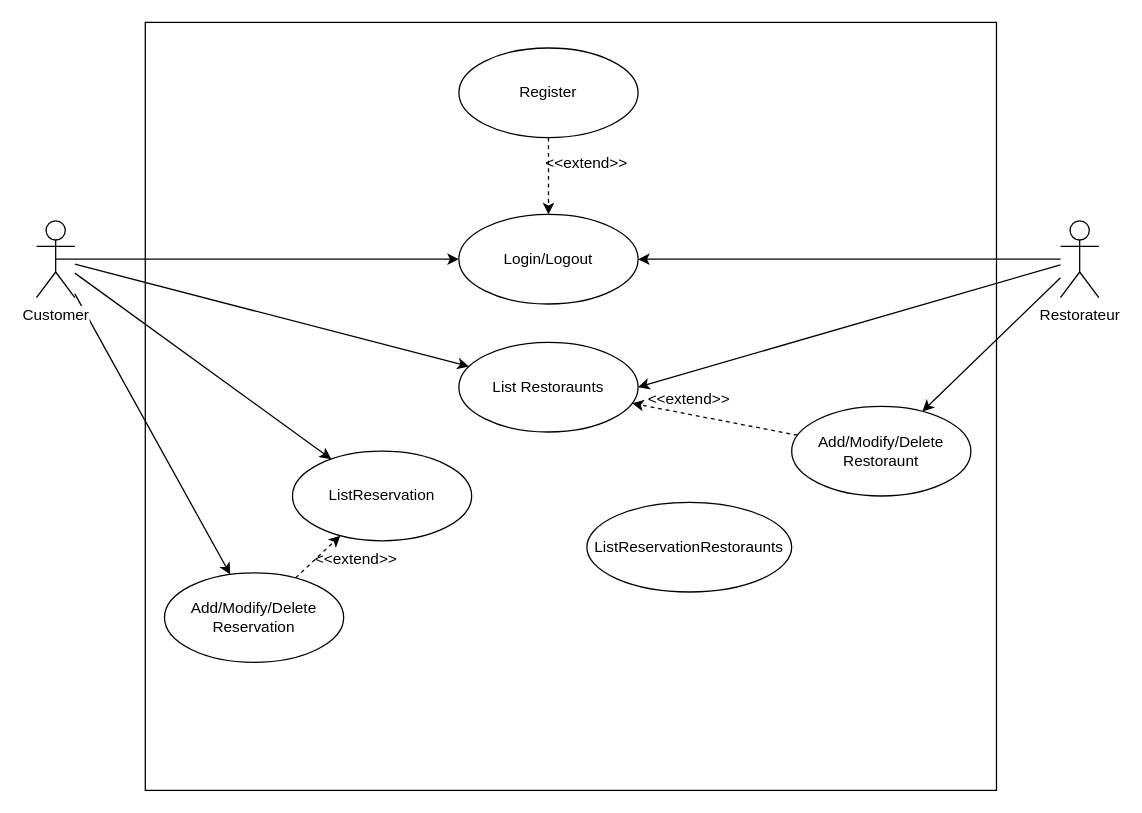
Above: schemes/USE_CASE:1.drawio in SpeedJack/lsmsd0 (draw.io), before the change. Source tidied: cells renumbered, new cells numbered last; positions are measured from the earlier drawing's top-left corner, leaving out a move shared by most shapes. Both pictures are drawn from the tidied source at 128%, with x=0, y=0 at pixel (36, 22).
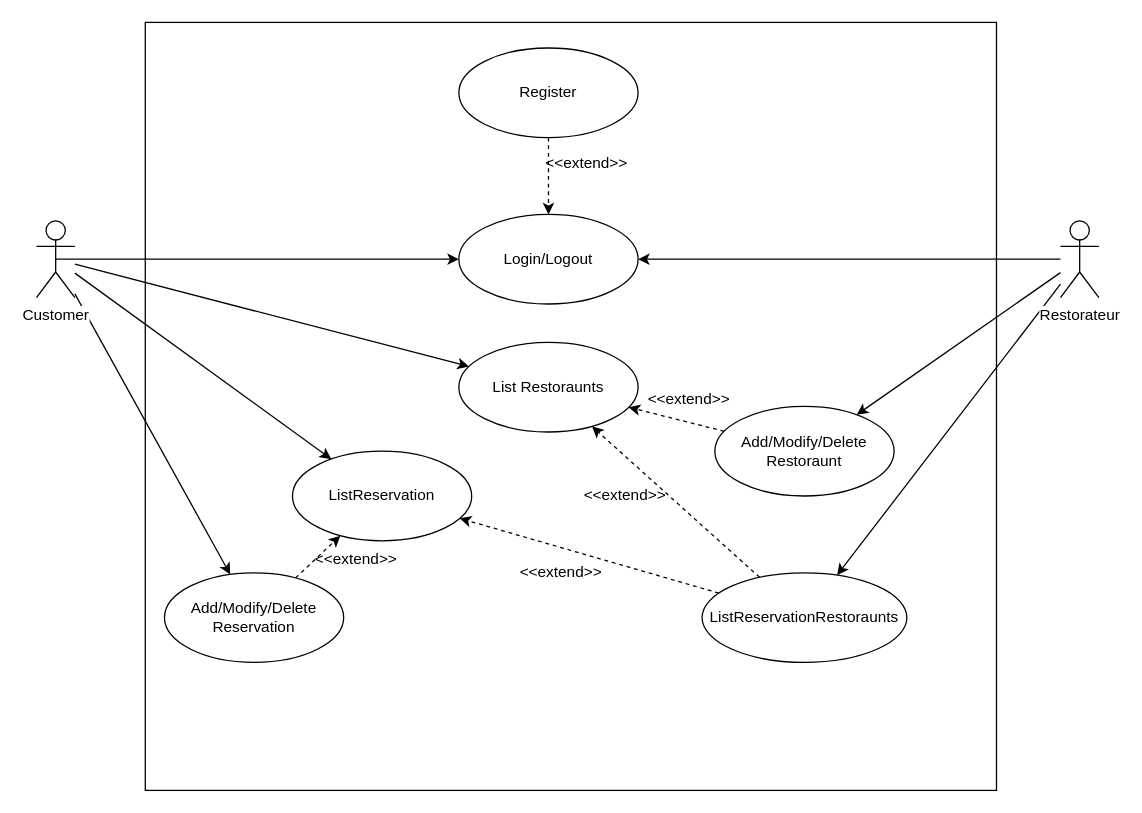
The same diagram, later.

Unchanged cells that the change refers to:
```xml
<mxCell id="9" value="Restorateur" style="shape=umlActor;verticalLabelPosition=bottom;labelBackgroundColor=#ffffff;verticalAlign=top;html=1;outlineConnect=0;" parent="1" vertex="1">
  <mxGeometry x="800" y="155" width="30" height="60" as="geometry" />
</mxCell>
<mxCell id="13" value="List Restoraunts" style="ellipse;whiteSpace=wrap;html=1;" parent="1" vertex="1">
  <mxGeometry x="330" y="250" width="140" height="70" as="geometry" />
</mxCell>
<mxCell id="20" value="ListReservation" style="ellipse;whiteSpace=wrap;html=1;" parent="1" vertex="1">
  <mxGeometry x="200" y="335" width="140" height="70" as="geometry" />
</mxCell>
```

What changed in the source:
```diff
@@
-    <mxCell id="8" style="rounded=0;jettySize=auto;html=1;entryX=1;entryY=0.5;entryDx=0;entryDy=0;" parent="1" edge="1" source="9" target="13">
-      <mxGeometry relative="1" as="geometry" />
-    </mxCell>
+    <mxCell id="25" style="rounded=0;jettySize=auto;html=1;" parent="1" edge="1" source="9" target="24">
+      <mxGeometry relative="1" as="geometry" />
+    </mxCell>
@@
     <mxCell id="12" value="Add/Modify/Delete&lt;br&gt;Restoraunt" style="ellipse;whiteSpace=wrap;html=1;" parent="1" vertex="1">
-      <mxGeometry x="590" y="300" width="140" height="70" as="geometry" />
+      <mxGeometry x="530" y="300" width="140" height="70" as="geometry" />
     </mxCell>
@@
+    <mxCell id="26" style="edgeStyle=none;rounded=0;jettySize=auto;html=1;dashed=1;" parent="1" edge="1" source="24" target="13">
+      <mxGeometry relative="1" as="geometry" />
+    </mxCell>
+    <mxCell id="27" style="edgeStyle=none;rounded=0;jettySize=auto;html=1;dashed=1;" parent="1" edge="1" source="24" target="20">
+      <mxGeometry relative="1" as="geometry" />
+    </mxCell>
     <mxCell id="24" value="ListReservationRestoraunts" style="ellipse;whiteSpace=wrap;html=1;" parent="1" vertex="1">
-      <mxGeometry x="430" y="375" width="160" height="70" as="geometry" />
+      <mxGeometry x="520" y="430" width="160" height="70" as="geometry" />
     </mxCell>
+    <mxCell id="28" value="&amp;lt;&amp;lt;extend&amp;gt;&amp;gt;" style="text;html=1;strokeColor=none;fillColor=none;align=center;verticalAlign=middle;whiteSpace=wrap;rounded=0;" parent="1" vertex="1">
+      <mxGeometry x="390" y="420" width="40" height="20" as="geometry" />
+    </mxCell>
+    <mxCell id="29" value="&amp;lt;&amp;lt;extend&amp;gt;&amp;gt;" style="text;html=1;strokeColor=none;fillColor=none;align=center;verticalAlign=middle;whiteSpace=wrap;rounded=0;" parent="1" vertex="1">
+      <mxGeometry x="440" y="360" width="40" height="20" as="geometry" />
+    </mxCell>
```
